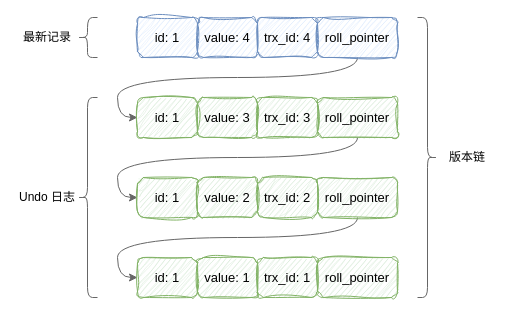
The draw.io diagram snap/未命名绘图.drawio in dunwu/images, before the edit. Source tidied: cells renumbered, new cells numbered last; positions are measured from the earlier drawing's top-left corner, leaving out a move shared by most shapes. Both pictures are drawn from the tidied source at 100%, with x=0, y=0 at pixel (17, 17).
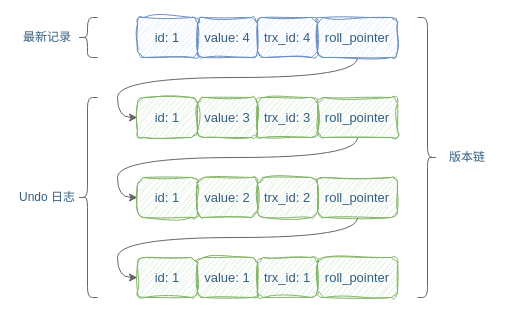
The same diagram, later.

Diff of the diagram source:
```diff
@@
-    <mxCell id="2" value="id: 1" style="rounded=1;whiteSpace=wrap;html=1;fontSize=13;glass=0;strokeWidth=1;shadow=0;sketch=1;curveFitting=1;jiggle=2;fillColor=#dae8fc;strokeColor=#6c8ebf;" parent="1" vertex="1">
+    <mxCell id="2" value="id: 1" style="rounded=1;whiteSpace=wrap;html=1;fontSize=13;glass=0;strokeWidth=1;shadow=0;sketch=1;curveFitting=1;jiggle=2;fillColor=#dae8fc;strokeColor=#6c8ebf;fontColor=#355e7e;" parent="1" vertex="1">
       <mxGeometry x="120" width="60" height="40" as="geometry" />
     </mxCell>
-    <mxCell id="3" value="value: 4" style="rounded=1;whiteSpace=wrap;html=1;fontSize=13;glass=0;strokeWidth=1;shadow=0;sketch=1;curveFitting=1;jiggle=2;fillColor=#dae8fc;strokeColor=#6c8ebf;" parent="1" vertex="1">
+    <mxCell id="3" value="value: 4" style="rounded=1;whiteSpace=wrap;html=1;fontSize=13;glass=0;strokeWidth=1;shadow=0;sketch=1;curveFitting=1;jiggle=2;fillColor=#dae8fc;strokeColor=#6c8ebf;fontColor=#355e7e;" parent="1" vertex="1">
       <mxGeometry x="180" width="60" height="40" as="geometry" />
     </mxCell>
-    <mxCell id="4" value="trx_id: 4" style="rounded=1;whiteSpace=wrap;html=1;fontSize=13;glass=0;strokeWidth=1;shadow=0;sketch=1;curveFitting=1;jiggle=2;fillColor=#dae8fc;strokeColor=#6c8ebf;" parent="1" vertex="1">
+    <mxCell id="4" value="trx_id: 4" style="rounded=1;whiteSpace=wrap;html=1;fontSize=13;glass=0;strokeWidth=1;shadow=0;sketch=1;curveFitting=1;jiggle=2;fillColor=#dae8fc;strokeColor=#6c8ebf;fontColor=#355e7e;" parent="1" vertex="1">
       <mxGeometry x="240" width="60" height="40" as="geometry" />
     </mxCell>
-    <mxCell id="5" style="edgeStyle=orthogonalEdgeStyle;jettySize=auto;html=1;entryX=0;entryY=0.5;entryDx=0;entryDy=0;exitX=0.5;exitY=1;exitDx=0;exitDy=0;curved=1;fillColor=#f5f5f5;strokeColor=#666666;" parent="1" edge="1" source="6" target="7">
+    <mxCell id="5" style="edgeStyle=orthogonalEdgeStyle;jettySize=auto;html=1;entryX=0;entryY=0.5;entryDx=0;entryDy=0;exitX=0.5;exitY=1;exitDx=0;exitDy=0;curved=1;fillColor=#f5f5f5;strokeColor=#666666;fontColor=#355e7e;" parent="1" edge="1" source="6" target="7">
       <mxGeometry relative="1" as="geometry" />
     </mxCell>
-    <mxCell id="6" value="roll_pointer" style="rounded=1;whiteSpace=wrap;html=1;fontSize=13;glass=0;strokeWidth=1;shadow=0;sketch=1;curveFitting=1;jiggle=2;fillColor=#dae8fc;strokeColor=#6c8ebf;" parent="1" vertex="1">
+    <mxCell id="6" value="roll_pointer" style="rounded=1;whiteSpace=wrap;html=1;fontSize=13;glass=0;strokeWidth=1;shadow=0;sketch=1;curveFitting=1;jiggle=2;fillColor=#dae8fc;strokeColor=#6c8ebf;fontColor=#355e7e;" parent="1" vertex="1">
       <mxGeometry x="300" width="80" height="40" as="geometry" />
     </mxCell>
-    <mxCell id="7" value="id: 1" style="rounded=1;whiteSpace=wrap;html=1;fontSize=13;glass=0;strokeWidth=1;shadow=0;sketch=1;curveFitting=1;jiggle=2;fillColor=#d5e8d4;strokeColor=#82b366;" parent="1" vertex="1">
+    <mxCell id="7" value="id: 1" style="rounded=1;whiteSpace=wrap;html=1;fontSize=13;glass=0;strokeWidth=1;shadow=0;sketch=1;curveFitting=1;jiggle=2;fillColor=#d5e8d4;strokeColor=#82b366;fontColor=#355e7e;" parent="1" vertex="1">
       <mxGeometry x="120" y="80" width="60" height="40" as="geometry" />
     </mxCell>
-    <mxCell id="8" value="value: 3" style="rounded=1;whiteSpace=wrap;html=1;fontSize=13;glass=0;strokeWidth=1;shadow=0;sketch=1;curveFitting=1;jiggle=2;fillColor=#d5e8d4;strokeColor=#82b366;" parent="1" vertex="1">
+    <mxCell id="8" value="value: 3" style="rounded=1;whiteSpace=wrap;html=1;fontSize=13;glass=0;strokeWidth=1;shadow=0;sketch=1;curveFitting=1;jiggle=2;fillColor=#d5e8d4;strokeColor=#82b366;fontColor=#355e7e;" parent="1" vertex="1">
       <mxGeometry x="180" y="80" width="60" height="40" as="geometry" />
     </mxCell>
-    <mxCell id="9" value="trx_id: 3" style="rounded=1;whiteSpace=wrap;html=1;fontSize=13;glass=0;strokeWidth=1;shadow=0;sketch=1;curveFitting=1;jiggle=2;fillColor=#d5e8d4;strokeColor=#82b366;" parent="1" vertex="1">
+    <mxCell id="9" value="trx_id: 3" style="rounded=1;whiteSpace=wrap;html=1;fontSize=13;glass=0;strokeWidth=1;shadow=0;sketch=1;curveFitting=1;jiggle=2;fillColor=#d5e8d4;strokeColor=#82b366;fontColor=#355e7e;" parent="1" vertex="1">
       <mxGeometry x="240" y="80" width="60" height="40" as="geometry" />
     </mxCell>
-    <mxCell id="10" style="edgeStyle=orthogonalEdgeStyle;jettySize=auto;html=1;exitX=0.5;exitY=1;exitDx=0;exitDy=0;entryX=0;entryY=0.5;entryDx=0;entryDy=0;curved=1;fillColor=#f5f5f5;strokeColor=#666666;" parent="1" edge="1" source="11" target="12">
+    <mxCell id="10" style="edgeStyle=orthogonalEdgeStyle;jettySize=auto;html=1;exitX=0.5;exitY=1;exitDx=0;exitDy=0;entryX=0;entryY=0.5;entryDx=0;entryDy=0;curved=1;fillColor=#f5f5f5;strokeColor=#666666;fontColor=#355e7e;" parent="1" edge="1" source="11" target="12">
       <mxGeometry relative="1" as="geometry" />
     </mxCell>
-    <mxCell id="11" value="roll_pointer" style="rounded=1;whiteSpace=wrap;html=1;fontSize=13;glass=0;strokeWidth=1;shadow=0;fillColor=#d5e8d4;strokeColor=#82b366;sketch=1;curveFitting=1;jiggle=2;" parent="1" vertex="1">
+    <mxCell id="11" value="roll_pointer" style="rounded=1;whiteSpace=wrap;html=1;fontSize=13;glass=0;strokeWidth=1;shadow=0;fillColor=#d5e8d4;strokeColor=#82b366;sketch=1;curveFitting=1;jiggle=2;fontColor=#355e7e;" parent="1" vertex="1">
       <mxGeometry x="300" y="80" width="80" height="40" as="geometry" />
     </mxCell>
-    <mxCell id="12" value="id: 1" style="rounded=1;whiteSpace=wrap;html=1;fontSize=13;glass=0;strokeWidth=1;shadow=0;sketch=1;curveFitting=1;jiggle=2;fillColor=#d5e8d4;strokeColor=#82b366;" parent="1" vertex="1">
+    <mxCell id="12" value="id: 1" style="rounded=1;whiteSpace=wrap;html=1;fontSize=13;glass=0;strokeWidth=1;shadow=0;sketch=1;curveFitting=1;jiggle=2;fillColor=#d5e8d4;strokeColor=#82b366;fontColor=#355e7e;" parent="1" vertex="1">
       <mxGeometry x="120" y="160" width="60" height="40" as="geometry" />
     </mxCell>
-    <mxCell id="13" value="value: 2" style="rounded=1;whiteSpace=wrap;html=1;fontSize=13;glass=0;strokeWidth=1;shadow=0;sketch=1;curveFitting=1;jiggle=2;fillColor=#d5e8d4;strokeColor=#82b366;" parent="1" vertex="1">
+    <mxCell id="13" value="value: 2" style="rounded=1;whiteSpace=wrap;html=1;fontSize=13;glass=0;strokeWidth=1;shadow=0;sketch=1;curveFitting=1;jiggle=2;fillColor=#d5e8d4;strokeColor=#82b366;fontColor=#355e7e;" parent="1" vertex="1">
       <mxGeometry x="180" y="160" width="60" height="40" as="geometry" />
     </mxCell>
-    <mxCell id="14" value="trx_id: 2" style="rounded=1;whiteSpace=wrap;html=1;fontSize=13;glass=0;strokeWidth=1;shadow=0;sketch=1;curveFitting=1;jiggle=2;fillColor=#d5e8d4;strokeColor=#82b366;" parent="1" vertex="1">
+    <mxCell id="14" value="trx_id: 2" style="rounded=1;whiteSpace=wrap;html=1;fontSize=13;glass=0;strokeWidth=1;shadow=0;sketch=1;curveFitting=1;jiggle=2;fillColor=#d5e8d4;strokeColor=#82b366;fontColor=#355e7e;" parent="1" vertex="1">
       <mxGeometry x="240" y="160" width="60" height="40" as="geometry" />
     </mxCell>
-    <mxCell id="15" style="edgeStyle=orthogonalEdgeStyle;jettySize=auto;html=1;exitX=0.5;exitY=1;exitDx=0;exitDy=0;entryX=0;entryY=0.5;entryDx=0;entryDy=0;curved=1;fillColor=#f5f5f5;strokeColor=#666666;" parent="1" edge="1" source="16" target="17">
+    <mxCell id="15" style="edgeStyle=orthogonalEdgeStyle;jettySize=auto;html=1;exitX=0.5;exitY=1;exitDx=0;exitDy=0;entryX=0;entryY=0.5;entryDx=0;entryDy=0;curved=1;fillColor=#f5f5f5;strokeColor=#666666;fontColor=#355e7e;" parent="1" edge="1" source="16" target="17">
       <mxGeometry relative="1" as="geometry" />
     </mxCell>
-    <mxCell id="16" value="roll_pointer" style="rounded=1;whiteSpace=wrap;html=1;fontSize=13;glass=0;strokeWidth=1;shadow=0;sketch=1;curveFitting=1;jiggle=2;fillColor=#d5e8d4;strokeColor=#82b366;" parent="1" vertex="1">
+    <mxCell id="16" value="roll_pointer" style="rounded=1;whiteSpace=wrap;html=1;fontSize=13;glass=0;strokeWidth=1;shadow=0;sketch=1;curveFitting=1;jiggle=2;fillColor=#d5e8d4;strokeColor=#82b366;fontColor=#355e7e;" parent="1" vertex="1">
       <mxGeometry x="300" y="160" width="80" height="40" as="geometry" />
     </mxCell>
-    <mxCell id="17" value="id: 1" style="rounded=1;whiteSpace=wrap;html=1;fontSize=13;glass=0;strokeWidth=1;shadow=0;sketch=1;curveFitting=1;jiggle=2;fillColor=#d5e8d4;strokeColor=#82b366;" parent="1" vertex="1">
+    <mxCell id="17" value="id: 1" style="rounded=1;whiteSpace=wrap;html=1;fontSize=13;glass=0;strokeWidth=1;shadow=0;sketch=1;curveFitting=1;jiggle=2;fillColor=#d5e8d4;strokeColor=#82b366;fontColor=#355e7e;" parent="1" vertex="1">
       <mxGeometry x="120" y="240" width="60" height="40" as="geometry" />
     </mxCell>
-    <mxCell id="18" value="value: 1" style="rounded=1;whiteSpace=wrap;html=1;fontSize=13;glass=0;strokeWidth=1;shadow=0;sketch=1;curveFitting=1;jiggle=2;fillColor=#d5e8d4;strokeColor=#82b366;" parent="1" vertex="1">
+    <mxCell id="18" value="value: 1" style="rounded=1;whiteSpace=wrap;html=1;fontSize=13;glass=0;strokeWidth=1;shadow=0;sketch=1;curveFitting=1;jiggle=2;fillColor=#d5e8d4;strokeColor=#82b366;fontColor=#355e7e;" parent="1" vertex="1">
       <mxGeometry x="180" y="240" width="60" height="40" as="geometry" />
     </mxCell>
-    <mxCell id="19" value="trx_id: 1" style="rounded=1;whiteSpace=wrap;html=1;fontSize=13;glass=0;strokeWidth=1;shadow=0;sketch=1;curveFitting=1;jiggle=2;fillColor=#d5e8d4;strokeColor=#82b366;" parent="1" vertex="1">
+    <mxCell id="19" value="trx_id: 1" style="rounded=1;whiteSpace=wrap;html=1;fontSize=13;glass=0;strokeWidth=1;shadow=0;sketch=1;curveFitting=1;jiggle=2;fillColor=#d5e8d4;strokeColor=#82b366;fontColor=#355e7e;" parent="1" vertex="1">
       <mxGeometry x="240" y="240" width="60" height="40" as="geometry" />
     </mxCell>
-    <mxCell id="20" value="roll_pointer" style="rounded=1;whiteSpace=wrap;html=1;fontSize=13;glass=0;strokeWidth=1;shadow=0;sketch=1;curveFitting=1;jiggle=2;fillColor=#d5e8d4;strokeColor=#82b366;" parent="1" vertex="1">
+    <mxCell id="20" value="roll_pointer" style="rounded=1;whiteSpace=wrap;html=1;fontSize=13;glass=0;strokeWidth=1;shadow=0;sketch=1;curveFitting=1;jiggle=2;fillColor=#d5e8d4;strokeColor=#82b366;fontColor=#355e7e;" parent="1" vertex="1">
       <mxGeometry x="300" y="240" width="80" height="40" as="geometry" />
     </mxCell>
-    <mxCell id="21" style="shape=curlyBracket;whiteSpace=wrap;html=1;rounded=1;labelPosition=left;verticalLabelPosition=middle;align=right;verticalAlign=middle;fillColor=#f5f5f5;fontColor=#333333;strokeColor=#666666;" parent="1" vertex="1">
+    <mxCell id="21" style="shape=curlyBracket;whiteSpace=wrap;html=1;rounded=1;labelPosition=left;verticalLabelPosition=middle;align=right;verticalAlign=middle;fillColor=#f5f5f5;fontColor=#355e7e;strokeColor=#666666;" parent="1" vertex="1">
       <mxGeometry x="60" y="80" width="20" height="200" as="geometry" />
     </mxCell>
-    <mxCell id="22" style="shape=curlyBracket;whiteSpace=wrap;html=1;rounded=1;labelPosition=left;verticalLabelPosition=middle;align=right;verticalAlign=middle;fillColor=#f5f5f5;fontColor=#333333;strokeColor=#666666;" parent="1" vertex="1">
+    <mxCell id="22" style="shape=curlyBracket;whiteSpace=wrap;html=1;rounded=1;labelPosition=left;verticalLabelPosition=middle;align=right;verticalAlign=middle;fillColor=#f5f5f5;fontColor=#355e7e;strokeColor=#666666;" parent="1" vertex="1">
       <mxGeometry x="60" width="20" height="40" as="geometry" />
     </mxCell>
-    <mxCell id="23" style="shape=curlyBracket;whiteSpace=wrap;html=1;rounded=1;flipH=1;labelPosition=right;verticalLabelPosition=middle;align=left;verticalAlign=middle;fillColor=#f5f5f5;fontColor=#333333;strokeColor=#666666;" parent="1" vertex="1">
+    <mxCell id="23" style="shape=curlyBracket;whiteSpace=wrap;html=1;rounded=1;flipH=1;labelPosition=right;verticalLabelPosition=middle;align=left;verticalAlign=middle;fillColor=#f5f5f5;fontColor=#355e7e;strokeColor=#666666;" parent="1" vertex="1">
       <mxGeometry x="400" width="20" height="280" as="geometry" />
     </mxCell>
-    <mxCell id="24" value="最新记录" style="text;html=1;strokeColor=none;fillColor=none;align=center;verticalAlign=middle;whiteSpace=wrap;rounded=0;" parent="1" vertex="1">
+    <mxCell id="24" value="最新记录" style="text;html=1;strokeColor=none;fillColor=none;align=center;verticalAlign=middle;whiteSpace=wrap;rounded=0;labelBorderColor=none;labelBackgroundColor=none;fontColor=#355e7e;" parent="1" vertex="1">
       <mxGeometry y="5" width="60" height="30" as="geometry" />
     </mxCell>
-    <mxCell id="25" value="Undo 日志" style="text;html=1;strokeColor=none;fillColor=none;align=center;verticalAlign=middle;whiteSpace=wrap;rounded=0;" parent="1" vertex="1">
+    <mxCell id="25" value="Undo 日志" style="text;html=1;strokeColor=none;fillColor=none;align=center;verticalAlign=middle;whiteSpace=wrap;rounded=0;labelBorderColor=none;labelBackgroundColor=none;fontColor=#355e7e;" parent="1" vertex="1">
       <mxGeometry y="165" width="60" height="30" as="geometry" />
     </mxCell>
-    <mxCell id="26" value="版本链" style="text;html=1;strokeColor=none;fillColor=none;align=center;verticalAlign=middle;whiteSpace=wrap;rounded=0;" parent="1" vertex="1">
+    <mxCell id="26" value="版本链" style="text;html=1;strokeColor=none;fillColor=none;align=center;verticalAlign=middle;whiteSpace=wrap;rounded=0;labelBorderColor=none;labelBackgroundColor=none;fontColor=#355e7e;" parent="1" vertex="1">
       <mxGeometry x="420" y="125" width="60" height="30" as="geometry" />
     </mxCell>
```
